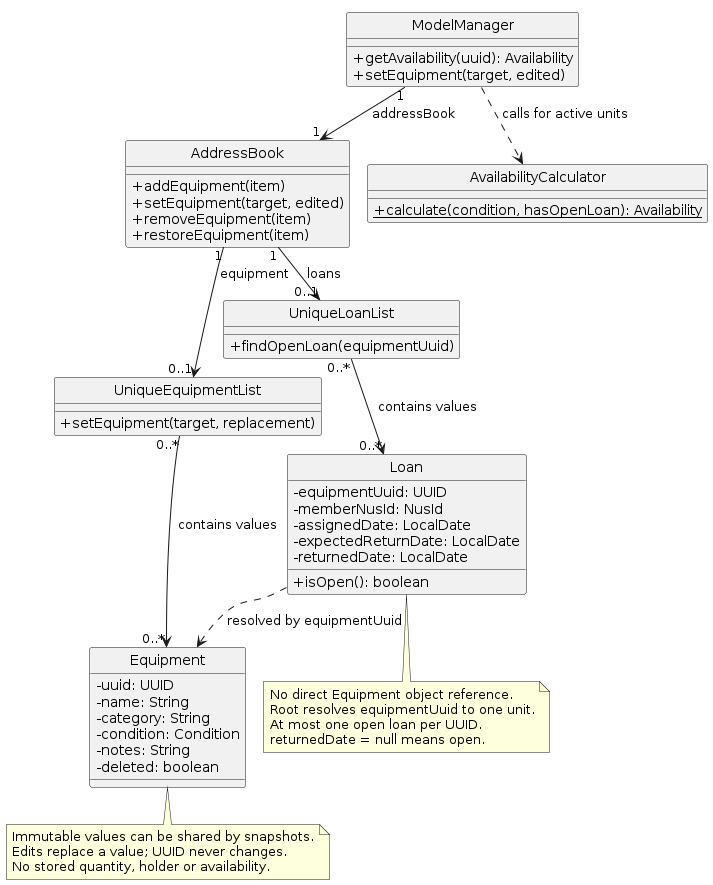
The PlantUML diagram diagrams/EquipmentModel.png in AY2627S1-CS2103T-F15-2/tp, before a commit. Its source is kept beside it as diagrams/EquipmentModel.puml. Its diagram source:
```plantuml
@startuml
!pragma layout smetana
skinparam shadowing false
skinparam defaultFontName Arial
skinparam classAttributeIconSize 0
hide circle

class ModelManager {
  + getAvailability(uuid): Availability
  + setEquipment(target, edited)
}
class AddressBook {
  + addEquipment(item)
  + setEquipment(target, edited)
  + removeEquipment(item)
  + restoreEquipment(item)
}
class UniqueEquipmentList {
  + setEquipment(target, replacement)
}
class Equipment {
  - uuid: UUID
  - name: String
  - category: String
  - condition: Condition
  - notes: String
  - deleted: boolean
}
class UniqueLoanList {
  + findOpenLoan(equipmentUuid)
}
class Loan {
  - equipmentUuid: UUID
  - memberNusId: NusId
  - assignedDate: LocalDate
  - expectedReturnDate: LocalDate
  - returnedDate: LocalDate
  + isOpen(): boolean
}
class AvailabilityCalculator {
  {static} + calculate(condition, hasOpenLoan): Availability
}

ModelManager "1" --> "1" AddressBook : addressBook
AddressBook "1" --> "0..1" UniqueEquipmentList : equipment
AddressBook "1" --> "0..1" UniqueLoanList : loans
UniqueEquipmentList "0..*" --> "0..*" Equipment : contains values
UniqueLoanList "0..*" --> "0..*" Loan : contains values
ModelManager ..> AvailabilityCalculator : calls for active units
Loan ..> Equipment : resolved by equipmentUuid

note bottom of Equipment
  Immutable values can be shared by snapshots.
  Edits replace a value; UUID never changes.
  No stored quantity, holder or availability.
end note
note bottom of Loan
  No direct Equipment object reference.
  Root resolves equipmentUuid to one unit.
  At most one open loan per UUID.
  returnedDate = null means open.
end note
@enduml
```
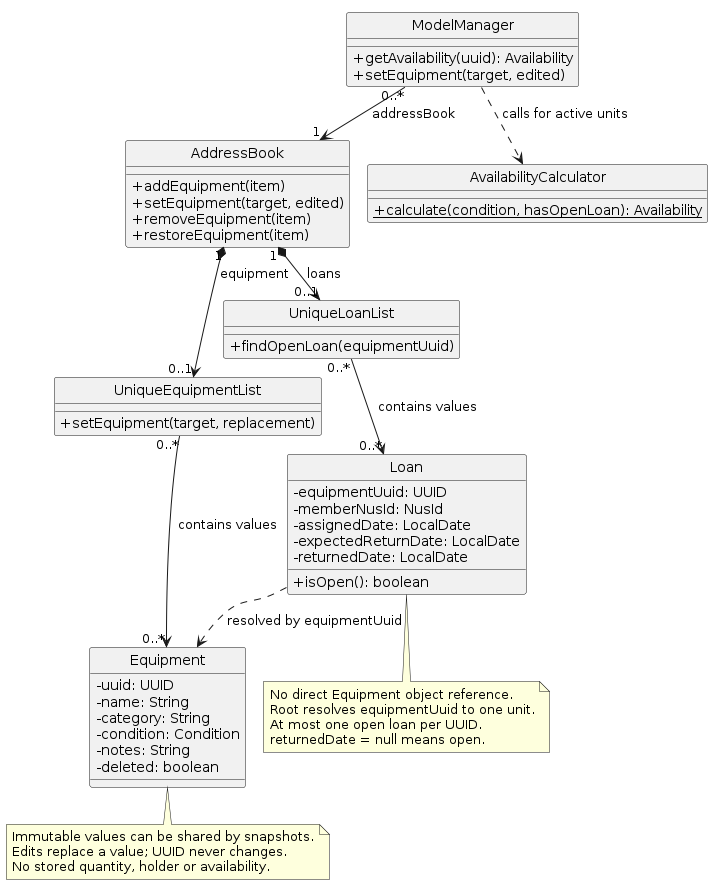
The same file after the commit.

The edit, as a diff of the source:
```diff
@@ -41,9 +41,9 @@
   {static} + calculate(condition, hasOpenLoan): Availability
 }
 
-ModelManager "1" --> "1" AddressBook : addressBook
-AddressBook "1" --> "0..1" UniqueEquipmentList : equipment
-AddressBook "1" --> "0..1" UniqueLoanList : loans
+ModelManager "0..*" --> "1" AddressBook : addressBook
+AddressBook "1" *--> "0..1" UniqueEquipmentList : equipment
+AddressBook "1" *--> "0..1" UniqueLoanList : loans
 UniqueEquipmentList "0..*" --> "0..*" Equipment : contains values
 UniqueLoanList "0..*" --> "0..*" Loan : contains values
 ModelManager ..> AvailabilityCalculator : calls for active units
```
